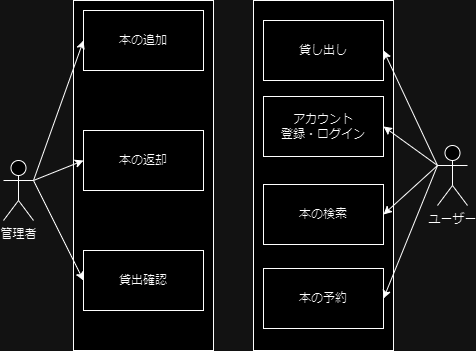
This is Document/img/UseCase.drawio.png from ganondorofu/Library_System, a draw.io export, as it was before one commit. Source tidied: cells renumbered, new cells last; positions are measured from the earlier drawing's top-left corner, leaving out a move shared by most shapes.
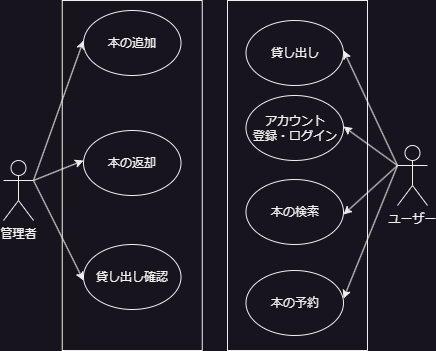
After the change.

Change to the diagram source:
```diff
@@ -3,58 +3,72 @@
     <mxCell id="0" />
     <mxCell id="1" parent="0" />
     <mxCell id="2" style="rounded=0;whiteSpace=wrap;html=1;" parent="1" vertex="1">
-      <mxGeometry x="250" width="140" height="350" as="geometry" />
+      <mxGeometry x="224" width="140" height="350" as="geometry" />
     </mxCell>
     <mxCell id="3" style="rounded=0;whiteSpace=wrap;html=1;" parent="1" vertex="1">
-      <mxGeometry x="70" width="140" height="350" as="geometry" />
+      <mxGeometry x="58.8" width="140" height="350" as="geometry" />
     </mxCell>
     <mxCell id="4" value="管理者" style="shape=umlActor;verticalLabelPosition=bottom;verticalAlign=top;html=1;outlineConnect=0;" parent="1" vertex="1">
       <mxGeometry y="160" width="30" height="60" as="geometry" />
     </mxCell>
     <mxCell id="5" value="ユーザー" style="shape=umlActor;verticalLabelPosition=bottom;verticalAlign=top;html=1;outlineConnect=0;" parent="1" vertex="1">
-      <mxGeometry x="434" y="145" width="30" height="60" as="geometry" />
+      <mxGeometry x="394" y="145" width="30" height="60" as="geometry" />
     </mxCell>
-    <mxCell id="6" value="本の返却" style="rounded=0;whiteSpace=wrap;html=1;" parent="1" vertex="1">
-      <mxGeometry x="80" y="130" width="120" height="60" as="geometry" />
-    </mxCell>
-    <mxCell id="7" value="本の追加" style="rounded=0;whiteSpace=wrap;html=1;" parent="1" vertex="1">
-      <mxGeometry x="80" y="10" width="120" height="60" as="geometry" />
-    </mxCell>
-    <mxCell id="8" value="本の予約" style="rounded=0;whiteSpace=wrap;html=1;" parent="1" vertex="1">
-      <mxGeometry x="260" y="268" width="120" height="60" as="geometry" />
-    </mxCell>
-    <mxCell id="9" value="貸し出し" style="rounded=0;whiteSpace=wrap;html=1;" parent="1" vertex="1">
-      <mxGeometry x="260" y="20" width="120" height="60" as="geometry" />
-    </mxCell>
-    <mxCell id="10" value="アカウント&lt;br&gt;登録・ログイン" style="rounded=0;whiteSpace=wrap;html=1;" parent="1" vertex="1">
-      <mxGeometry x="260" y="96" width="120" height="60" as="geometry" />
-    </mxCell>
-    <mxCell id="11" value="貸出確認" style="rounded=0;whiteSpace=wrap;html=1;" parent="1" vertex="1">
-      <mxGeometry x="80" y="250" width="120" height="60" as="geometry" />
-    </mxCell>
-    <mxCell id="12" value="本の検索" style="rounded=0;whiteSpace=wrap;html=1;" parent="1" vertex="1">
-      <mxGeometry x="260" y="184" width="120" height="60" as="geometry" />
-    </mxCell>
-    <mxCell id="13" style="endArrow=classic;html=1;rounded=0;exitX=1;exitY=0.3333333333333333;exitDx=0;exitDy=0;exitPerimeter=0;entryX=0;entryY=0.5;entryDx=0;entryDy=0;" parent="1" edge="1" source="4" target="7">
-      <mxGeometry relative="1" as="geometry" />
+    <mxCell id="13" style="endArrow=classic;html=1;rounded=0;exitX=1;exitY=0.3333333333333333;exitDx=0;exitDy=0;exitPerimeter=0;entryX=0;entryY=0.5;entryDx=0;entryDy=0;" parent="1" edge="1" source="4">
+      <mxGeometry relative="1" as="geometry">
+        <mxPoint x="80" y="40" as="targetPoint" />
+      </mxGeometry>
     </mxCell>
-    <mxCell id="14" style="endArrow=classic;html=1;rounded=0;exitX=1;exitY=0.3333333333333333;exitDx=0;exitDy=0;exitPerimeter=0;entryX=0;entryY=0.5;entryDx=0;entryDy=0;" parent="1" edge="1" source="4" target="6">
-      <mxGeometry relative="1" as="geometry" />
+    <mxCell id="14" style="endArrow=classic;html=1;rounded=0;exitX=1;exitY=0.3333333333333333;exitDx=0;exitDy=0;exitPerimeter=0;entryX=0;entryY=0.5;entryDx=0;entryDy=0;" parent="1" edge="1" source="4">
+      <mxGeometry relative="1" as="geometry">
+        <mxPoint x="80" y="160" as="targetPoint" />
+      </mxGeometry>
     </mxCell>
-    <mxCell id="15" style="endArrow=classic;html=1;rounded=0;exitX=1;exitY=0.3333333333333333;exitDx=0;exitDy=0;exitPerimeter=0;entryX=0;entryY=0.5;entryDx=0;entryDy=0;" parent="1" edge="1" source="4" target="11">
-      <mxGeometry relative="1" as="geometry" />
+    <mxCell id="15" style="endArrow=classic;html=1;rounded=0;exitX=1;exitY=0.3333333333333333;exitDx=0;exitDy=0;exitPerimeter=0;entryX=0;entryY=0.5;entryDx=0;entryDy=0;" parent="1" edge="1" source="4">
+      <mxGeometry relative="1" as="geometry">
+        <mxPoint x="80" y="280" as="targetPoint" />
+      </mxGeometry>
     </mxCell>
-    <mxCell id="16" style="endArrow=classic;html=1;rounded=0;exitX=0;exitY=0.3333333333333333;exitDx=0;exitDy=0;exitPerimeter=0;entryX=1;entryY=0.5;entryDx=0;entryDy=0;" parent="1" edge="1" source="5" target="9">
-      <mxGeometry relative="1" as="geometry" />
+    <mxCell id="16" style="endArrow=classic;html=1;rounded=0;exitX=0;exitY=0.3333333333333333;exitDx=0;exitDy=0;exitPerimeter=0;entryX=1;entryY=0.5;entryDx=0;entryDy=0;" parent="1" edge="1" source="5">
+      <mxGeometry relative="1" as="geometry">
+        <mxPoint x="340" y="50" as="targetPoint" />
+      </mxGeometry>
     </mxCell>
-    <mxCell id="17" style="endArrow=classic;html=1;rounded=0;exitX=0;exitY=0.3333333333333333;exitDx=0;exitDy=0;exitPerimeter=0;entryX=1;entryY=0.5;entryDx=0;entryDy=0;" parent="1" edge="1" source="5" target="10">
-      <mxGeometry relative="1" as="geometry" />
+    <mxCell id="17" style="endArrow=classic;html=1;rounded=0;exitX=0;exitY=0.3333333333333333;exitDx=0;exitDy=0;exitPerimeter=0;entryX=1;entryY=0.5;entryDx=0;entryDy=0;" parent="1" edge="1" source="5">
+      <mxGeometry relative="1" as="geometry">
+        <mxPoint x="340" y="126" as="targetPoint" />
+      </mxGeometry>
     </mxCell>
-    <mxCell id="18" style="endArrow=classic;html=1;rounded=0;exitX=0;exitY=0.3333333333333333;exitDx=0;exitDy=0;exitPerimeter=0;entryX=1;entryY=0.5;entryDx=0;entryDy=0;" parent="1" edge="1" source="5" target="12">
-      <mxGeometry relative="1" as="geometry" />
+    <mxCell id="18" style="endArrow=classic;html=1;rounded=0;exitX=0;exitY=0.3333333333333333;exitDx=0;exitDy=0;exitPerimeter=0;entryX=1;entryY=0.5;entryDx=0;entryDy=0;" parent="1" edge="1" source="5">
+      <mxGeometry relative="1" as="geometry">
+        <mxPoint x="340" y="214" as="targetPoint" />
+      </mxGeometry>
     </mxCell>
-    <mxCell id="19" style="endArrow=classic;html=1;rounded=0;exitX=0;exitY=0.3333333333333333;exitDx=0;exitDy=0;exitPerimeter=0;entryX=1;entryY=0.5;entryDx=0;entryDy=0;" parent="1" edge="1" source="5" target="8">
-      <mxGeometry relative="1" as="geometry" />
+    <mxCell id="19" style="endArrow=classic;html=1;rounded=0;exitX=0;exitY=0.3333333333333333;exitDx=0;exitDy=0;exitPerimeter=0;entryX=1;entryY=0.5;entryDx=0;entryDy=0;" parent="1" edge="1" source="5">
+      <mxGeometry relative="1" as="geometry">
+        <mxPoint x="340" y="298" as="targetPoint" />
+      </mxGeometry>
     </mxCell>
+    <mxCell id="7" value="本の追加" style="ellipse;whiteSpace=wrap;html=1;" parent="1" vertex="1">
+      <mxGeometry x="80" y="10" width="97.5" height="65" as="geometry" />
+    </mxCell>
+    <mxCell id="6" value="本の返却" style="ellipse;whiteSpace=wrap;html=1;" parent="1" vertex="1">
+      <mxGeometry x="80" y="130" width="97.5" height="65" as="geometry" />
+    </mxCell>
+    <mxCell id="20" value="貸し出し確認" style="ellipse;whiteSpace=wrap;html=1;" parent="1" vertex="1">
+      <mxGeometry x="80" y="244" width="97.5" height="65" as="geometry" />
+    </mxCell>
+    <mxCell id="12" value="本の検索" style="ellipse;whiteSpace=wrap;html=1;" parent="1" vertex="1">
+      <mxGeometry x="242.5" y="179" width="97.5" height="65" as="geometry" />
+    </mxCell>
+    <mxCell id="10" value="アカウント&lt;div&gt;登録・ログイン&lt;/div&gt;" style="ellipse;whiteSpace=wrap;html=1;" parent="1" vertex="1">
+      <mxGeometry x="242.5" y="95" width="97.5" height="65" as="geometry" />
+    </mxCell>
+    <mxCell id="9" value="貸し出し" style="ellipse;whiteSpace=wrap;html=1;" parent="1" vertex="1">
+      <mxGeometry x="242.5" y="20" width="97.5" height="65" as="geometry" />
+    </mxCell>
+    <mxCell id="8" value="本の予約" style="ellipse;whiteSpace=wrap;html=1;" parent="1" vertex="1">
+      <mxGeometry x="242.5" y="270" width="97.5" height="65" as="geometry" />
+    </mxCell>
   </root>
 </mxGraphModel>
```
